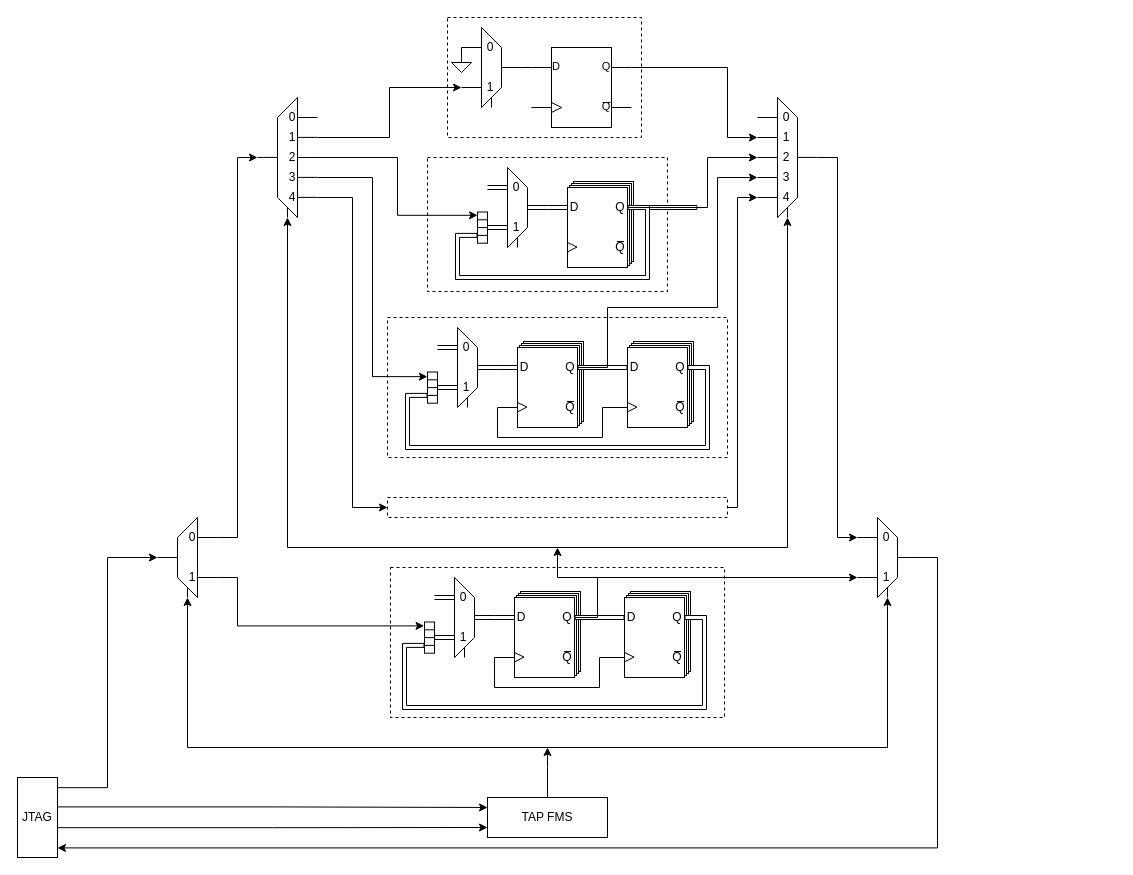
Before: JTAG.drawio in Verdvana/JTAG, a draw.io diagram. Source tidied: cells renumbered, new cells numbered last; positions are measured from the earlier drawing's top-left corner, leaving out a move shared by most shapes. Both pictures are drawn from the tidied source at 100%, with x=0, y=0 at pixel (17, 17).
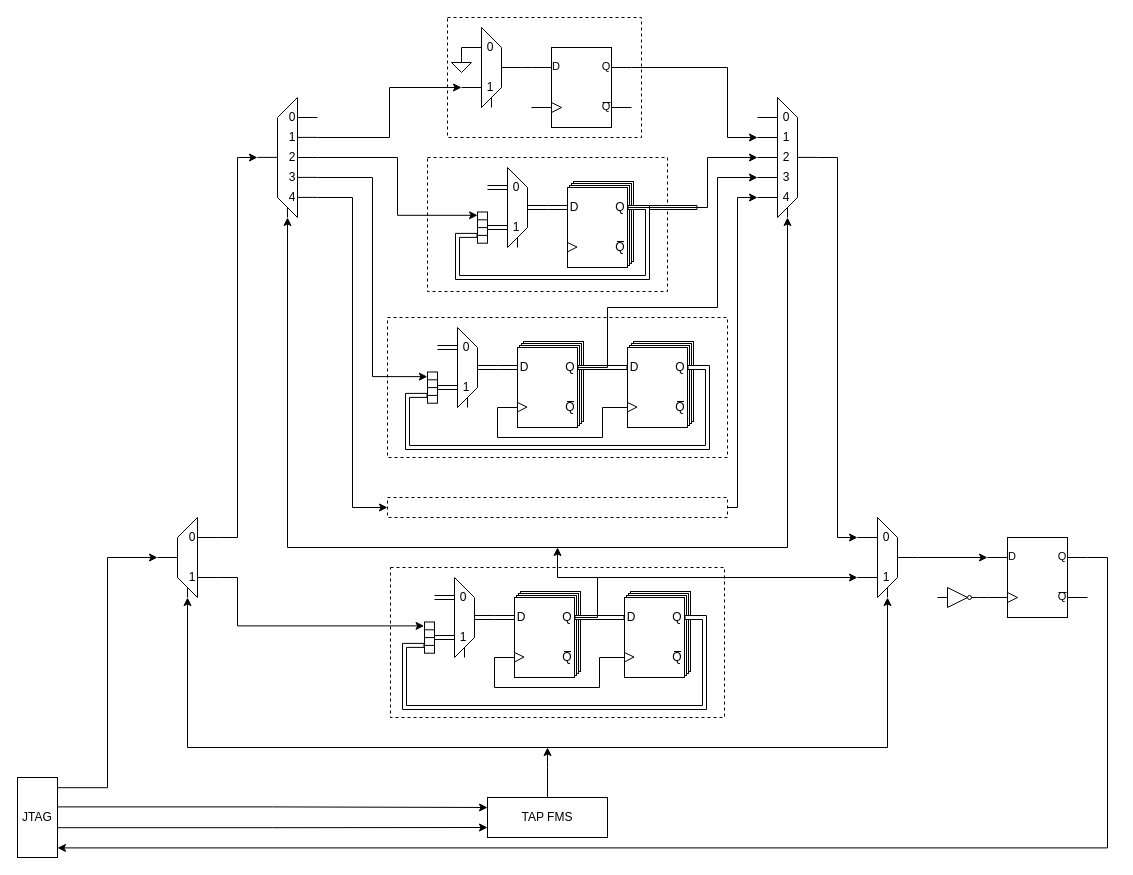
After the change.

Unchanged cells that the change refers to:
```xml
<mxCell id="162" style="group;" parent="1" vertex="1">
  <mxGeometry x="840" y="500" width="60" height="80" as="geometry" />
</mxCell>
<mxCell id="214" value="JTAG" style="rounded=0;whiteSpace=wrap;html=1;points=[[0,0,0,0,0],[0,0.25,0,0,0],[0,0.5,0,0,0],[0,0.75,0,0,0],[0,1,0,0,0],[0.25,0,0,0,0],[0.25,1,0,0,0],[0.5,0,0,0,0],[0.5,1,0,0,0],[0.75,0,0,0,0],[0.75,1,0,0,0],[1,0,0,0,0],[1,0.14,0,0,-1],[1,0.38,0,0,-1],[1,0.64,0,0,-1],[1,0.88,0,0,0],[1,1,0,0,0]];" parent="1" vertex="1">
  <mxGeometry y="760" width="40" height="80" as="geometry" />
</mxCell>
```

What changed in the source:
```diff
@@
-    <mxCell id="161" style="edgeStyle=orthogonalEdgeStyle;rounded=0;jettySize=auto;html=1;exitX=1;exitY=0.5;exitDx=0;exitDy=0;entryX=1;entryY=0.88;entryDx=0;entryDy=0;entryPerimeter=0;" parent="1" edge="1" source="162" target="214">
+    <mxCell id="161" style="edgeStyle=orthogonalEdgeStyle;rounded=0;jettySize=auto;html=1;entryX=1;entryY=0.88;entryDx=0;entryDy=0;entryPerimeter=0;exitX=1;exitY=0.25;exitDx=0;exitDy=0;exitPerimeter=0;" parent="1" edge="1" source="216" target="214">
       <mxGeometry relative="1" as="geometry">
         <Array as="points">
-          <mxPoint x="920" y="540" />
-          <mxPoint x="920" y="830" />
+          <mxPoint x="1090" y="540" />
+          <mxPoint x="1090" y="830" />
         </Array>
       </mxGeometry>
     </mxCell>
@@
+    <mxCell id="216" style="verticalLabelPosition=bottom;shadow=0;dashed=0;align=center;html=1;verticalAlign=top;shape=mxgraph.electrical.logic_gates.d_type_flip-flop;" parent="1" vertex="1">
+      <mxGeometry x="970" y="520" width="100" height="80" as="geometry" />
+    </mxCell>
+    <mxCell id="217" style="edgeStyle=orthogonalEdgeStyle;rounded=0;jettySize=auto;html=1;exitX=1;exitY=0.5;exitDx=0;exitDy=0;entryX=0;entryY=0.25;entryDx=0;entryDy=0;entryPerimeter=0;" parent="1" edge="1" source="162" target="216">
+      <mxGeometry relative="1" as="geometry" />
+    </mxCell>
+    <mxCell id="218" style="group;" parent="1" vertex="1">
+      <mxGeometry x="920" y="570" width="40" height="20" as="geometry" />
+    </mxCell>
+    <mxCell id="219" style="edgeStyle=none;orthogonalLoop=1;jettySize=auto;html=1;rounded=0;endArrow=none;endFill=0;" parent="218" edge="1">
+      <mxGeometry relative="1" as="geometry">
+        <mxPoint x="10" as="sourcePoint" />
+        <mxPoint x="30" y="10" as="targetPoint" />
+      </mxGeometry>
+    </mxCell>
+    <mxCell id="220" style="edgeStyle=none;orthogonalLoop=1;jettySize=auto;html=1;rounded=0;endArrow=none;endFill=0;" parent="218" edge="1">
+      <mxGeometry relative="1" as="geometry">
+        <mxPoint x="30" y="10" as="sourcePoint" />
+        <mxPoint x="10" y="20" as="targetPoint" />
+      </mxGeometry>
+    </mxCell>
+    <mxCell id="221" style="edgeStyle=none;orthogonalLoop=1;jettySize=auto;html=1;rounded=0;endArrow=none;endFill=0;" parent="218" edge="1">
+      <mxGeometry relative="1" as="geometry">
+        <mxPoint x="10" as="sourcePoint" />
+        <mxPoint x="10" y="20" as="targetPoint" />
+      </mxGeometry>
+    </mxCell>
+    <mxCell id="222" style="ellipse;whiteSpace=wrap;html=1;" parent="218" vertex="1">
+      <mxGeometry x="30" y="8" width="4" height="4" as="geometry" />
+    </mxCell>
+    <mxCell id="223" style="edgeStyle=none;orthogonalLoop=1;jettySize=auto;html=1;rounded=0;endArrow=none;endFill=0;" parent="218" edge="1">
+      <mxGeometry relative="1" as="geometry">
+        <mxPoint x="10" y="10" as="sourcePoint" />
+        <mxPoint y="10" as="targetPoint" />
+      </mxGeometry>
+    </mxCell>
+    <mxCell id="224" style="edgeStyle=none;jettySize=auto;html=1;rounded=0;endArrow=none;endFill=0;exitX=1;exitY=0.5;exitDx=0;exitDy=0;" parent="218" edge="1" source="222">
+      <mxGeometry relative="1" as="geometry">
+        <mxPoint x="40" y="10" as="targetPoint" />
+      </mxGeometry>
+    </mxCell>
+    <mxCell id="225" style="edgeStyle=orthogonalEdgeStyle;rounded=0;jettySize=auto;html=1;exitX=1;exitY=0.5;exitDx=0;exitDy=0;entryX=0;entryY=0.75;entryDx=0;entryDy=0;entryPerimeter=0;endArrow=none;endFill=0;" parent="1" edge="1" source="218" target="216">
+      <mxGeometry relative="1" as="geometry" />
+    </mxCell>
```
